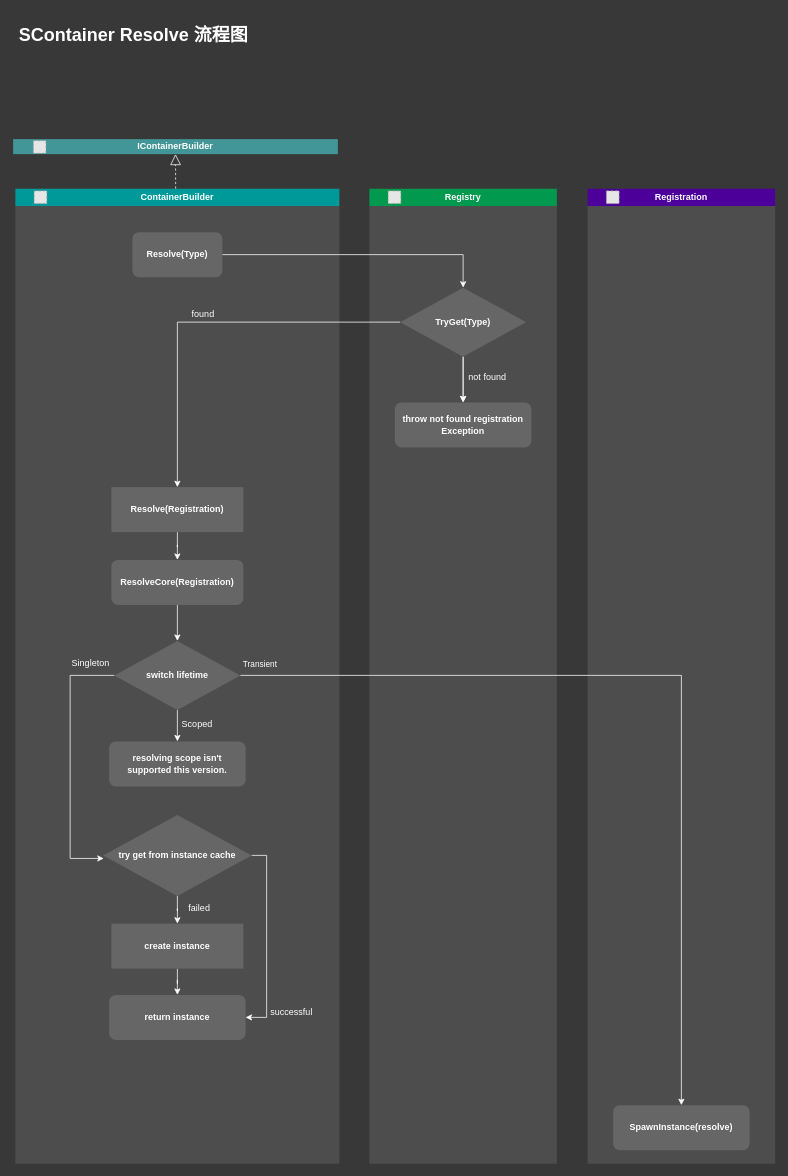
The draw.io diagram page "Resolve swimlane diagram" (7 of 8) of Resources/drawio/SContainer_01.drawio in Summid/SContainer, before the edit. Source tidied: cells renumbered, new cells numbered last; positions are measured from the earlier drawing's top-left corner, leaving out a move shared by most shapes. Both pictures are drawn from the tidied source at 75%, with x=0, y=0 at pixel (13, 20). Pictures stored in the file or linked from it are replaced by grey dashed boxes.
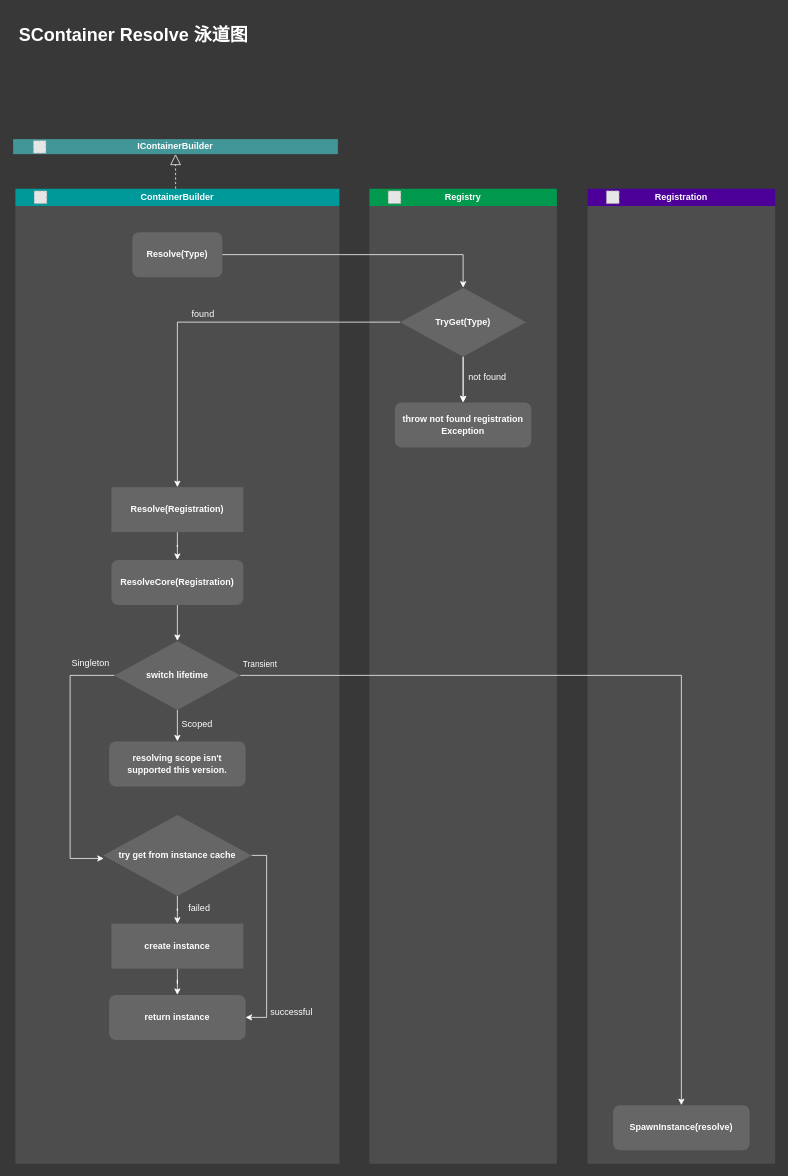
Above is the later version.

What changed in the source:
```diff
@@
-    <mxCell id="2" value="&lt;h1&gt;SContainer Resolve 流程图&lt;/h1&gt;&lt;div&gt;&lt;br&gt;&lt;/div&gt;" style="text;html=1;strokeColor=none;fillColor=none;spacing=5;spacingTop=-20;whiteSpace=wrap;overflow=hidden;rounded=0;fontColor=#FFFFFF;" parent="1" vertex="1">
+    <mxCell id="2" value="&lt;h1&gt;SContainer Resolve 泳道图&lt;/h1&gt;&lt;div&gt;&lt;br&gt;&lt;/div&gt;" style="text;html=1;strokeColor=none;fillColor=none;spacing=5;spacingTop=-20;whiteSpace=wrap;overflow=hidden;rounded=0;fontColor=#FFFFFF;" parent="1" vertex="1">
       <mxGeometry x="3" width="365" height="113" as="geometry" />
     </mxCell>
```
